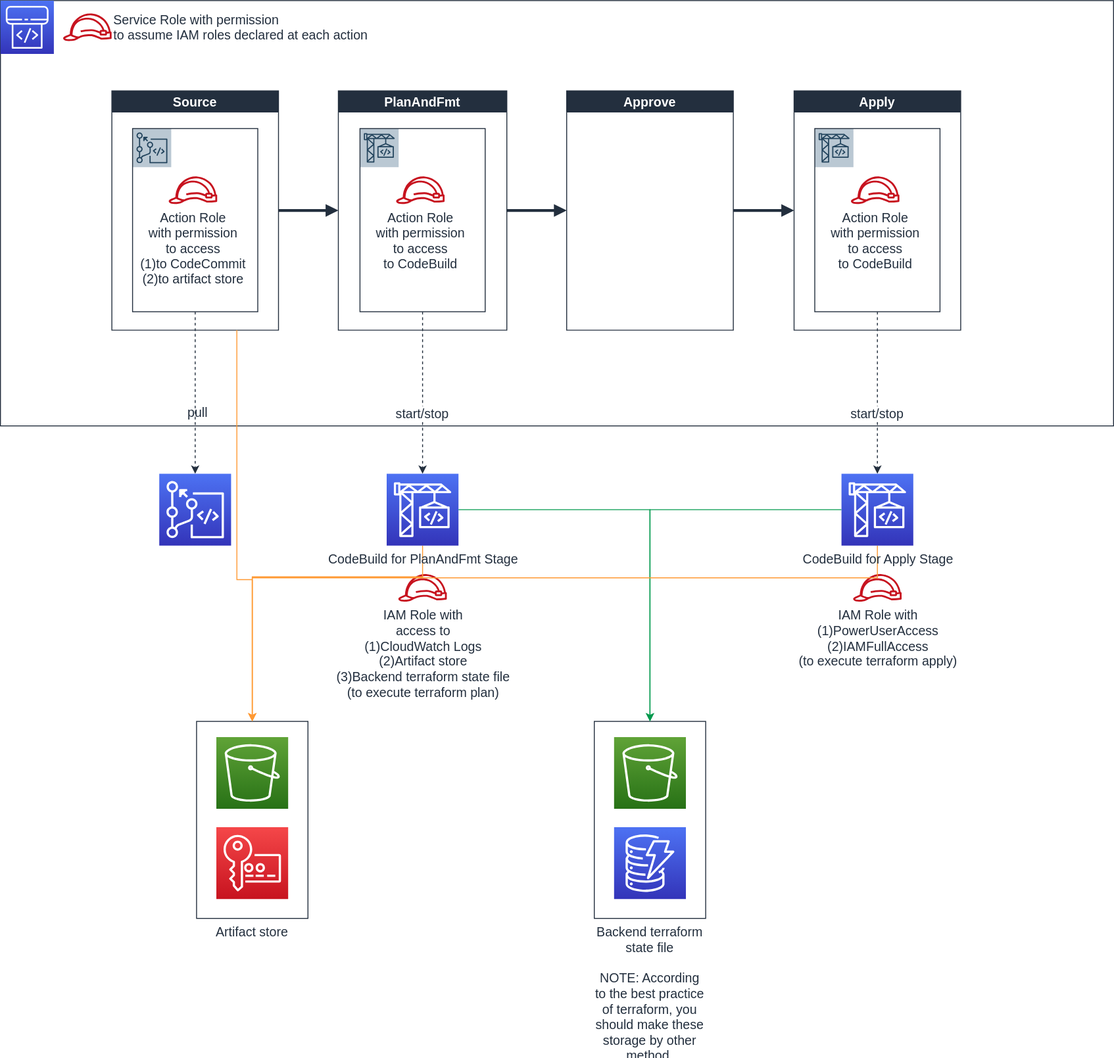
Earlier version of the draw.io export doc/architecture.drawio.svg (Donngi/terraform-example-codepipeline-execute-terraform). Source tidied: cells renumbered, new cells last; positions are measured from the earlier drawing's top-left corner, leaving out a move shared by most shapes.
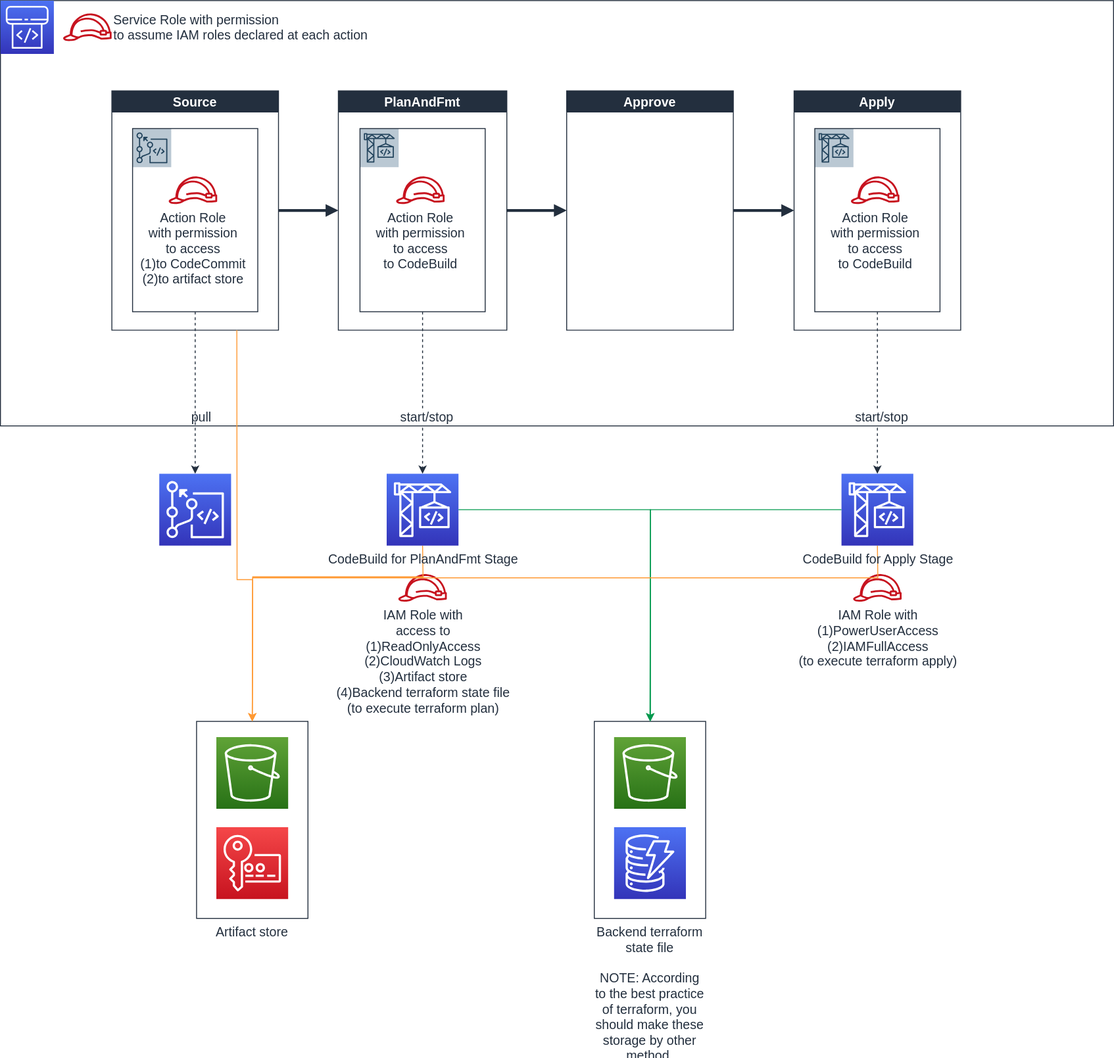
The same diagram one commit later.

What changed in the source:
```diff
@@ -32,7 +32,7 @@
     <mxCell id="11" value="Apply" style="swimlane;fillColor=#232F3E;strokeColor=#232F3E;fontSize=14;fontColor=#FFFFFF;" parent="1" vertex="1">
       <mxGeometry x="862" y="98" width="181" height="260" as="geometry" />
     </mxCell>
-    <mxCell id="12" value="IAM Role with&lt;br&gt;access to&lt;br&gt;(1)CloudWatch Logs&lt;br&gt;(2)Artifact store&lt;br&gt;(3)Backend terraform state file&lt;br&gt;(to execute terraform plan)" style="fontColor=#232F3E;gradientColor=none;fillColor=#C7131F;strokeColor=none;dashed=0;verticalLabelPosition=bottom;verticalAlign=top;align=center;html=1;fontSize=14;fontStyle=0;shape=mxgraph.aws4.role;" parent="1" vertex="1">
+    <mxCell id="12" value="IAM Role with&lt;br&gt;access to&lt;br&gt;(1)ReadOnlyAccess&lt;br&gt;(2)CloudWatch Logs&lt;br&gt;(3)Artifact store&lt;br&gt;(4)Backend terraform state file&lt;br&gt;(to execute terraform plan)" style="fontColor=#232F3E;gradientColor=none;fillColor=#C7131F;strokeColor=none;dashed=0;verticalLabelPosition=bottom;verticalAlign=top;align=center;html=1;fontSize=14;fontStyle=0;shape=mxgraph.aws4.role;" parent="1" vertex="1">
       <mxGeometry x="431.9" y="623" width="53.2" height="30" as="geometry" />
     </mxCell>
     <mxCell id="13" value="IAM Role with&lt;br style=&quot;font-size: 14px&quot;&gt;(1)PowerUserAccess&lt;br&gt;(2)IAMFullAccess&lt;br&gt;(to execute terraform apply)" style="fontColor=#232F3E;gradientColor=none;fillColor=#C7131F;strokeColor=none;dashed=0;verticalLabelPosition=bottom;verticalAlign=top;align=center;html=1;fontSize=14;fontStyle=0;shape=mxgraph.aws4.role;" parent="1" vertex="1">
```
